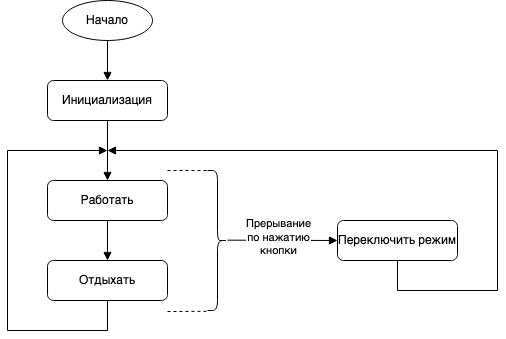
fas734/AC-supply-management-STM32 keeps this draw.io diagram as images/algorithm.png. Above is the earlier version. Source tidied: cells renumbered, new cells last; positions are measured from the earlier drawing's top-left corner, leaving out a move shared by most shapes. Source of this version:
```xml
<mxGraphModel>
  <root>
    <mxCell id="0" />
    <mxCell id="1" parent="0" />
    <mxCell id="2" value="&lt;div&gt;Инициализация&lt;/div&gt;" style="rounded=1;whiteSpace=wrap;html=1;fontSize=12;glass=0;strokeWidth=1;shadow=0;" parent="1" vertex="1">
      <mxGeometry x="40" y="80" width="120" height="40" as="geometry" />
    </mxCell>
    <mxCell id="3" style="edgeStyle=orthogonalEdgeStyle;rounded=0;jettySize=auto;html=1;exitX=0.5;exitY=1;exitDx=0;exitDy=0;entryX=0.5;entryY=0;entryDx=0;entryDy=0;endArrow=block;endFill=1;" parent="1" edge="1" source="4" target="2">
      <mxGeometry relative="1" as="geometry" />
    </mxCell>
    <mxCell id="4" value="Начало" style="ellipse;whiteSpace=wrap;html=1;" parent="1" vertex="1">
      <mxGeometry x="55" width="90" height="40" as="geometry" />
    </mxCell>
    <mxCell id="5" style="edgeStyle=orthogonalEdgeStyle;rounded=0;jettySize=auto;html=1;exitX=0.5;exitY=1;exitDx=0;exitDy=0;endArrow=block;endFill=1;" parent="1" edge="1" source="2" target="6">
      <mxGeometry relative="1" as="geometry" />
    </mxCell>
    <mxCell id="6" value="Работать" style="rounded=1;whiteSpace=wrap;html=1;fontSize=12;glass=0;strokeWidth=1;shadow=0;" parent="1" vertex="1">
      <mxGeometry x="40" y="180" width="120" height="40" as="geometry" />
    </mxCell>
    <mxCell id="7" value="Отдыхать" style="rounded=1;whiteSpace=wrap;html=1;fontSize=12;glass=0;strokeWidth=1;shadow=0;" parent="1" vertex="1">
      <mxGeometry x="40" y="260" width="120" height="40" as="geometry" />
    </mxCell>
    <mxCell id="8" style="edgeStyle=orthogonalEdgeStyle;rounded=0;jettySize=auto;html=1;endArrow=block;endFill=1;" parent="1" edge="1" source="6" target="7">
      <mxGeometry relative="1" as="geometry" />
    </mxCell>
    <mxCell id="9" style="edgeStyle=orthogonalEdgeStyle;rounded=0;jettySize=auto;html=1;exitX=0.5;exitY=1;exitDx=0;exitDy=0;endArrow=block;endFill=1;" parent="1" edge="1" source="7">
      <mxGeometry relative="1" as="geometry">
        <mxPoint x="100" y="150" as="targetPoint" />
        <Array as="points">
          <mxPoint x="100" y="330" />
          <mxPoint y="330" />
          <mxPoint y="150" />
        </Array>
      </mxGeometry>
    </mxCell>
    <mxCell id="10" style="shape=curlyBracket;whiteSpace=wrap;html=1;rounded=1;direction=west;" parent="1" vertex="1">
      <mxGeometry x="200" y="170" width="20" height="140" as="geometry" />
    </mxCell>
    <mxCell id="11" style="endArrow=none;dashed=1;html=1;entryX=0.75;entryY=1;entryDx=0;entryDy=0;" parent="1" edge="1" target="10">
      <mxGeometry relative="1" as="geometry">
        <mxPoint x="160" y="170" as="sourcePoint" />
      </mxGeometry>
    </mxCell>
    <mxCell id="12" style="endArrow=none;dashed=1;html=1;entryX=1.017;entryY=-0.006;entryDx=0;entryDy=0;entryPerimeter=0;" parent="1" edge="1" target="10">
      <mxGeometry relative="1" as="geometry">
        <mxPoint x="160" y="311" as="sourcePoint" />
      </mxGeometry>
    </mxCell>
    <mxCell id="13" style="endArrow=block;html=1;endWidth=16;startWidth=12;endFill=1;entryX=0;entryY=0.5;entryDx=0;entryDy=0;" parent="1" edge="1" target="15">
      <mxGeometry relative="1" as="geometry">
        <mxPoint x="220" y="239.7" as="sourcePoint" />
      </mxGeometry>
    </mxCell>
    <mxCell id="14" value="&lt;div&gt;Прерывание&lt;/div&gt;&lt;div&gt;по нажатию&lt;/div&gt;&lt;div&gt;кнопки&lt;br&gt;&lt;/div&gt;" style="edgeLabel;html=1;align=center;verticalAlign=middle;" parent="13" vertex="1">
      <mxGeometry x="-0.07" y="3" relative="1" as="geometry" />
    </mxCell>
    <mxCell id="15" value="Переключить режим" style="rounded=1;whiteSpace=wrap;html=1;fontSize=12;glass=0;strokeWidth=1;shadow=0;" parent="1" vertex="1">
      <mxGeometry x="330" y="220" width="120" height="40" as="geometry" />
    </mxCell>
    <mxCell id="16" style="edgeStyle=orthogonalEdgeStyle;rounded=0;jettySize=auto;html=1;exitX=0.5;exitY=1;exitDx=0;exitDy=0;endArrow=block;endFill=1;" parent="1" edge="1" source="15">
      <mxGeometry relative="1" as="geometry">
        <mxPoint x="100" y="150" as="targetPoint" />
        <Array as="points">
          <mxPoint x="390" y="290" />
          <mxPoint x="490" y="290" />
          <mxPoint x="490" y="150" />
        </Array>
      </mxGeometry>
    </mxCell>
  </root>
</mxGraphModel>
```
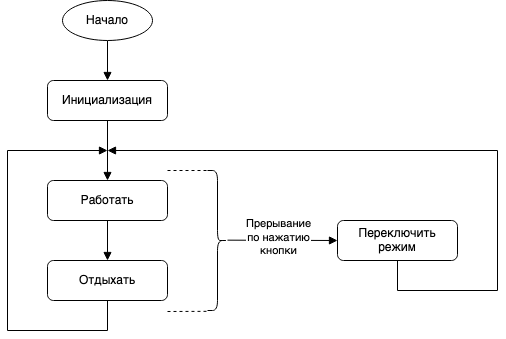
Above is the later version.

Diff of the diagram source:
```diff
@@ -54,7 +54,7 @@
     <mxCell id="14" value="&lt;div&gt;Прерывание&lt;/div&gt;&lt;div&gt;по нажатию&lt;/div&gt;&lt;div&gt;кнопки&lt;br&gt;&lt;/div&gt;" style="edgeLabel;html=1;align=center;verticalAlign=middle;" parent="13" vertex="1">
       <mxGeometry x="-0.07" y="3" relative="1" as="geometry" />
     </mxCell>
-    <mxCell id="15" value="Переключить режим" style="rounded=1;whiteSpace=wrap;html=1;fontSize=12;glass=0;strokeWidth=1;shadow=0;" parent="1" vertex="1">
+    <mxCell id="15" value="Переключить&lt;br&gt;режим" style="rounded=1;whiteSpace=wrap;html=1;fontSize=12;glass=0;strokeWidth=1;shadow=0;" parent="1" vertex="1">
       <mxGeometry x="330" y="220" width="120" height="40" as="geometry" />
     </mxCell>
     <mxCell id="16" style="edgeStyle=orthogonalEdgeStyle;rounded=0;jettySize=auto;html=1;exitX=0.5;exitY=1;exitDx=0;exitDy=0;endArrow=block;endFill=1;" parent="1" edge="1" source="15">
```
